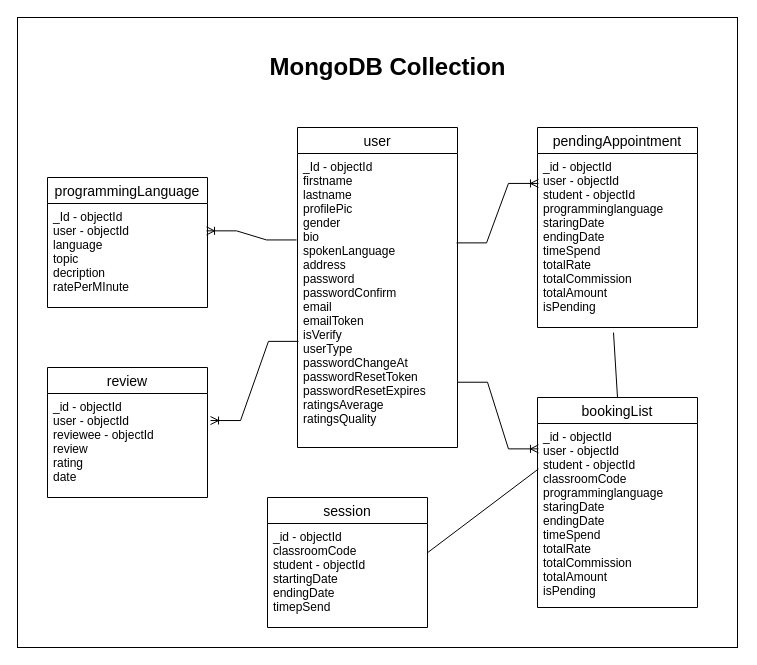
Above: Untitled Diagram.drawio in iannellasae/BadUnicorns (draw.io), before the change. Source tidied: cells renumbered, new cells numbered last; positions are measured from the earlier drawing's top-left corner, leaving out a move shared by most shapes. Both pictures are drawn from the tidied source at 100%, with x=0, y=0 at pixel (17, 17).
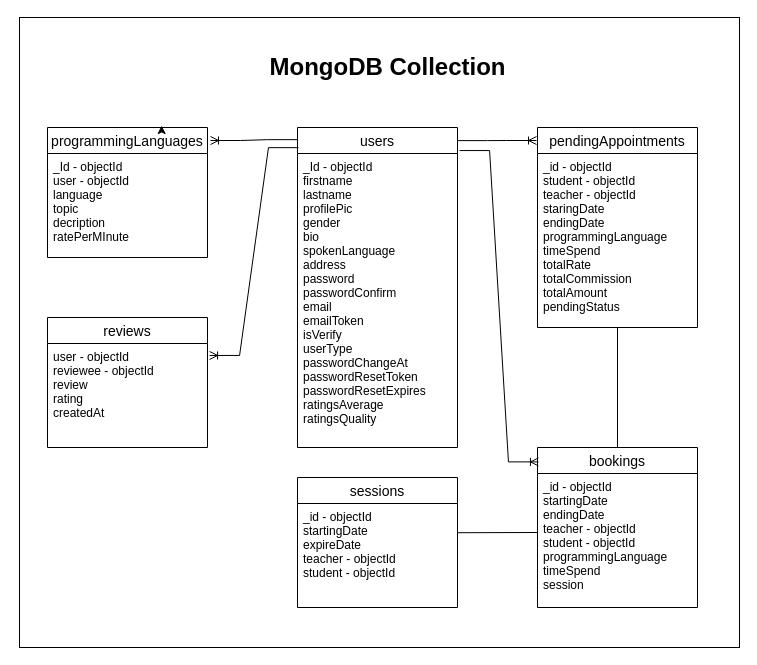
The same page after the edit.

Unchanged cells that the change refers to:
```xml
<mxCell id="4" value="_Id - objectId&#10;firstname&#10;lastname&#10;profilePic&#10;gender&#10;bio&#10;spokenLanguage&#10;address&#10;password&#10;passwordConfirm&#10;email&#10;emailToken&#10;isVerify&#10;userType&#10;passwordChangeAt&#10;passwordResetToken&#10;passwordResetExpires&#10;ratingsAverage&#10;ratingsQuality" style="text;strokeColor=none;fillColor=none;spacingLeft=4;spacingRight=4;overflow=hidden;points=[[0,0.5],[1,0.5]];portConstraint=eastwest;fontSize=12;" parent="3" vertex="1">
  <mxGeometry y="26" width="160" height="294" as="geometry" />
</mxCell>
<mxCell id="6" value="_Id - objectId&#10;user - objectId&#10;language&#10;topic&#10;decription&#10;ratePerMInute" style="text;strokeColor=none;fillColor=none;spacingLeft=4;spacingRight=4;overflow=hidden;points=[[0,0.5],[1,0.5]];portConstraint=eastwest;fontSize=12;" parent="5" vertex="1">
  <mxGeometry y="26" width="160" height="104" as="geometry" />
</mxCell>
```

Change to the diagram source:
```diff
@@
     <mxCell id="2" style="rounded=0;whiteSpace=wrap;html=1;" parent="1" vertex="1">
-      <mxGeometry width="720" height="630" as="geometry" />
+      <mxGeometry x="2" width="720" height="630" as="geometry" />
     </mxCell>
-    <mxCell id="3" value="user" style="swimlane;fontStyle=0;horizontal=1;startSize=26;align=center;fontSize=14;" parent="1" vertex="1">
+    <mxCell id="3" value="users" style="swimlane;fontStyle=0;horizontal=1;startSize=26;align=center;fontSize=14;" parent="1" vertex="1">
       <mxGeometry x="280" y="110" width="160" height="320" as="geometry" />
     </mxCell>
@@
-    <mxCell id="5" value="programmingLanguage" style="swimlane;fontStyle=0;horizontal=1;startSize=26;align=center;fontSize=14;" parent="1" vertex="1">
-      <mxGeometry x="30" y="160" width="160" height="130" as="geometry" />
+    <mxCell id="5" value="programmingLanguages" style="swimlane;fontStyle=0;horizontal=1;startSize=26;align=center;fontSize=14;" parent="1" vertex="1">
+      <mxGeometry x="30" y="110" width="160" height="130" as="geometry" />
     </mxCell>
@@
-    <mxCell id="8" value="review" style="swimlane;fontStyle=0;horizontal=1;startSize=26;align=center;fontSize=14;" parent="1" vertex="1">
-      <mxGeometry x="30" y="350" width="160" height="130" as="geometry" />
+    <mxCell id="8" value="reviews" style="swimlane;fontStyle=0;horizontal=1;startSize=26;align=center;fontSize=14;" parent="1" vertex="1">
+      <mxGeometry x="30" y="300" width="160" height="130" as="geometry" />
     </mxCell>
-    <mxCell id="9" value="_id - objectId&#10;user - objectId&#10;reviewee - objectId&#10;review&#10;rating&#10;date" style="text;strokeColor=none;fillColor=none;spacingLeft=4;spacingRight=4;overflow=hidden;points=[[0,0.5],[1,0.5]];portConstraint=eastwest;fontSize=12;" parent="8" vertex="1">
+    <mxCell id="9" value="user - objectId&#10;reviewee - objectId&#10;review&#10;rating&#10;createdAt" style="text;strokeColor=none;fillColor=none;spacingLeft=4;spacingRight=4;overflow=hidden;points=[[0,0.5],[1,0.5]];portConstraint=eastwest;fontSize=12;" parent="8" vertex="1">
       <mxGeometry y="26" width="160" height="104" as="geometry" />
     </mxCell>
-    <mxCell id="10" value="pendingAppointment" style="swimlane;fontStyle=0;horizontal=1;startSize=26;align=center;fontSize=14;" parent="1" vertex="1">
+    <mxCell id="10" value="pendingAppointments" style="swimlane;fontStyle=0;horizontal=1;startSize=26;align=center;fontSize=14;" parent="1" vertex="1">
       <mxGeometry x="520" y="110" width="160" height="200" as="geometry" />
     </mxCell>
-    <mxCell id="11" value="_id - objectId&#10;user - objectId&#10;student - objectId&#10;programminglanguage&#10;staringDate&#10;endingDate&#10;timeSpend&#10;totalRate&#10;totalCommission&#10;totalAmount&#10;isPending" style="text;strokeColor=none;fillColor=none;spacingLeft=4;spacingRight=4;overflow=hidden;points=[[0,0.5],[1,0.5]];portConstraint=eastwest;fontSize=12;" parent="10" vertex="1">
+    <mxCell id="11" value="_id - objectId&#10;student - objectId&#10;teacher - objectId&#10;staringDate&#10;endingDate&#10;programmingLanguage&#10;timeSpend&#10;totalRate&#10;totalCommission&#10;totalAmount&#10;pendingStatus" style="text;strokeColor=none;fillColor=none;spacingLeft=4;spacingRight=4;overflow=hidden;points=[[0,0.5],[1,0.5]];portConstraint=eastwest;fontSize=12;" parent="10" vertex="1">
       <mxGeometry y="26" width="160" height="174" as="geometry" />
     </mxCell>
-    <mxCell id="12" value="bookingList" style="swimlane;fontStyle=0;horizontal=1;startSize=26;align=center;fontSize=14;" parent="1" vertex="1">
-      <mxGeometry x="520" y="380" width="160" height="210" as="geometry" />
+    <mxCell id="12" value="bookings" style="swimlane;fontStyle=0;horizontal=1;startSize=26;align=center;fontSize=14;" parent="1" vertex="1">
+      <mxGeometry x="520" y="430" width="160" height="160" as="geometry" />
     </mxCell>
-    <mxCell id="13" value="_id - objectId&#10;user - objectId&#10;student - objectId&#10;classroomCode&#10;programminglanguage&#10;staringDate&#10;endingDate&#10;timeSpend&#10;totalRate&#10;totalCommission&#10;totalAmount&#10;isPending" style="text;strokeColor=none;fillColor=none;spacingLeft=4;spacingRight=4;overflow=hidden;points=[[0,0.5],[1,0.5]];portConstraint=eastwest;fontSize=12;" parent="12" vertex="1">
-      <mxGeometry y="26" width="160" height="184" as="geometry" />
+    <mxCell id="13" value="_id - objectId&#10;startingDate&#10;endingDate&#10;teacher - objectId&#10;student - objectId&#10;programmingLanguage&#10;timeSpend&#10;session&#10;" style="text;strokeColor=none;fillColor=none;spacingLeft=4;spacingRight=4;overflow=hidden;points=[[0,0.5],[1,0.5]];portConstraint=eastwest;fontSize=12;" parent="12" vertex="1">
+      <mxGeometry y="26" width="160" height="134" as="geometry" />
     </mxCell>
-    <mxCell id="14" value="session" style="swimlane;fontStyle=0;horizontal=1;startSize=26;align=center;fontSize=14;" parent="1" vertex="1">
-      <mxGeometry x="250" y="480" width="160" height="130" as="geometry" />
+    <mxCell id="14" value="sessions" style="swimlane;fontStyle=0;horizontal=1;startSize=26;align=center;fontSize=14;" parent="1" vertex="1">
+      <mxGeometry x="280" y="460" width="160" height="130" as="geometry" />
     </mxCell>
-    <mxCell id="15" value="_id - objectId&#10;classroomCode&#10;student - objectId&#10;startingDate&#10;endingDate&#10;timepSend" style="text;strokeColor=none;fillColor=none;spacingLeft=4;spacingRight=4;overflow=hidden;points=[[0,0.5],[1,0.5]];portConstraint=eastwest;fontSize=12;" parent="14" vertex="1">
+    <mxCell id="15" value="_id - objectId&#10;startingDate&#10;expireDate&#10;teacher - objectId&#10;student - objectId" style="text;strokeColor=none;fillColor=none;spacingLeft=4;spacingRight=4;overflow=hidden;points=[[0,0.5],[1,0.5]];portConstraint=eastwest;fontSize=12;" parent="14" vertex="1">
       <mxGeometry y="26" width="160" height="104" as="geometry" />
     </mxCell>
-    <mxCell id="16" style="edgeStyle=entityRelationEdgeStyle;fontSize=12;html=1;endArrow=ERoneToMany;rounded=0;exitX=-0.006;exitY=0.294;exitDx=0;exitDy=0;exitPerimeter=0;entryX=0.994;entryY=0.263;entryDx=0;entryDy=0;entryPerimeter=0;" parent="1" edge="1" source="4" target="6">
+    <mxCell id="16" style="edgeStyle=entityRelationEdgeStyle;fontSize=12;html=1;endArrow=ERoneToMany;rounded=0;exitX=0;exitY=0.038;exitDx=0;exitDy=0;entryX=1.019;entryY=0.1;entryDx=0;entryDy=0;entryPerimeter=0;exitPerimeter=0;" parent="1" edge="1" source="3" target="5">
       <mxGeometry relative="1" as="geometry" />
     </mxCell>
-    <mxCell id="17" style="edgeStyle=entityRelationEdgeStyle;fontSize=12;html=1;endArrow=ERoneToMany;rounded=0;exitX=0.994;exitY=0.304;exitDx=0;exitDy=0;exitPerimeter=0;entryX=0.006;entryY=0.172;entryDx=0;entryDy=0;entryPerimeter=0;" parent="1" edge="1" source="4" target="11">
+    <mxCell id="17" style="edgeStyle=entityRelationEdgeStyle;fontSize=12;html=1;endArrow=ERoneToMany;rounded=0;exitX=1;exitY=0.041;exitDx=0;exitDy=0;entryX=-0.006;entryY=0.065;entryDx=0;entryDy=0;entryPerimeter=0;exitPerimeter=0;" parent="1" edge="1" source="3" target="10">
       <mxGeometry relative="1" as="geometry" />
     </mxCell>
-    <mxCell id="18" style="edgeStyle=entityRelationEdgeStyle;fontSize=12;html=1;endArrow=ERoneToMany;rounded=0;exitX=0.006;exitY=0.639;exitDx=0;exitDy=0;exitPerimeter=0;entryX=1.019;entryY=0.26;entryDx=0;entryDy=0;entryPerimeter=0;" parent="1" edge="1" source="4" target="9">
+    <mxCell id="18" style="edgeStyle=entityRelationEdgeStyle;fontSize=12;html=1;endArrow=ERoneToMany;rounded=0;exitX=0.006;exitY=0.063;exitDx=0;exitDy=0;exitPerimeter=0;entryX=1.013;entryY=0.115;entryDx=0;entryDy=0;entryPerimeter=0;" parent="1" edge="1" source="3" target="9">
       <mxGeometry relative="1" as="geometry" />
     </mxCell>
-    <mxCell id="19" style="edgeStyle=entityRelationEdgeStyle;fontSize=12;html=1;endArrow=ERoneToMany;rounded=0;entryX=0.006;entryY=0.138;entryDx=0;entryDy=0;entryPerimeter=0;exitX=1;exitY=0.778;exitDx=0;exitDy=0;exitPerimeter=0;" parent="1" edge="1" source="4" target="13">
+    <mxCell id="19" style="edgeStyle=entityRelationEdgeStyle;fontSize=12;html=1;endArrow=ERoneToMany;rounded=0;entryX=0.006;entryY=0.09;entryDx=0;entryDy=0;entryPerimeter=0;exitX=1.013;exitY=-0.01;exitDx=0;exitDy=0;exitPerimeter=0;" parent="1" edge="1" source="4" target="12">
       <mxGeometry relative="1" as="geometry" />
     </mxCell>
-    <mxCell id="20" style="endArrow=none;html=1;rounded=0;exitX=1;exitY=0.281;exitDx=0;exitDy=0;exitPerimeter=0;entryX=0.006;entryY=0.247;entryDx=0;entryDy=0;entryPerimeter=0;" parent="1" edge="1" source="15" target="13">
-      <mxGeometry relative="1" as="geometry" />
+    <mxCell id="20" style="endArrow=none;html=1;rounded=0;exitX=1;exitY=0.281;exitDx=0;exitDy=0;exitPerimeter=0;" parent="1" edge="1" source="15">
+      <mxGeometry relative="1" as="geometry">
+        <mxPoint x="520" y="515" as="targetPoint" />
+      </mxGeometry>
     </mxCell>
-    <mxCell id="21" style="endArrow=none;html=1;rounded=0;exitX=0.475;exitY=1.029;exitDx=0;exitDy=0;exitPerimeter=0;entryX=0.5;entryY=0;entryDx=0;entryDy=0;" parent="1" edge="1" source="11" target="12">
+    <mxCell id="21" style="endArrow=none;html=1;rounded=0;exitX=0.5;exitY=1;exitDx=0;exitDy=0;exitPerimeter=0;entryX=0.5;entryY=0;entryDx=0;entryDy=0;" parent="1" edge="1" source="11" target="12">
       <mxGeometry relative="1" as="geometry" />
     </mxCell>
+    <mxCell id="22" style="edgeStyle=orthogonalEdgeStyle;rounded=0;orthogonalLoop=1;jettySize=auto;html=1;exitX=0.75;exitY=0;exitDx=0;exitDy=0;entryX=0.713;entryY=-0.015;entryDx=0;entryDy=0;entryPerimeter=0;" parent="1" edge="1" source="5" target="5">
+      <mxGeometry relative="1" as="geometry" />
+    </mxCell>
```
